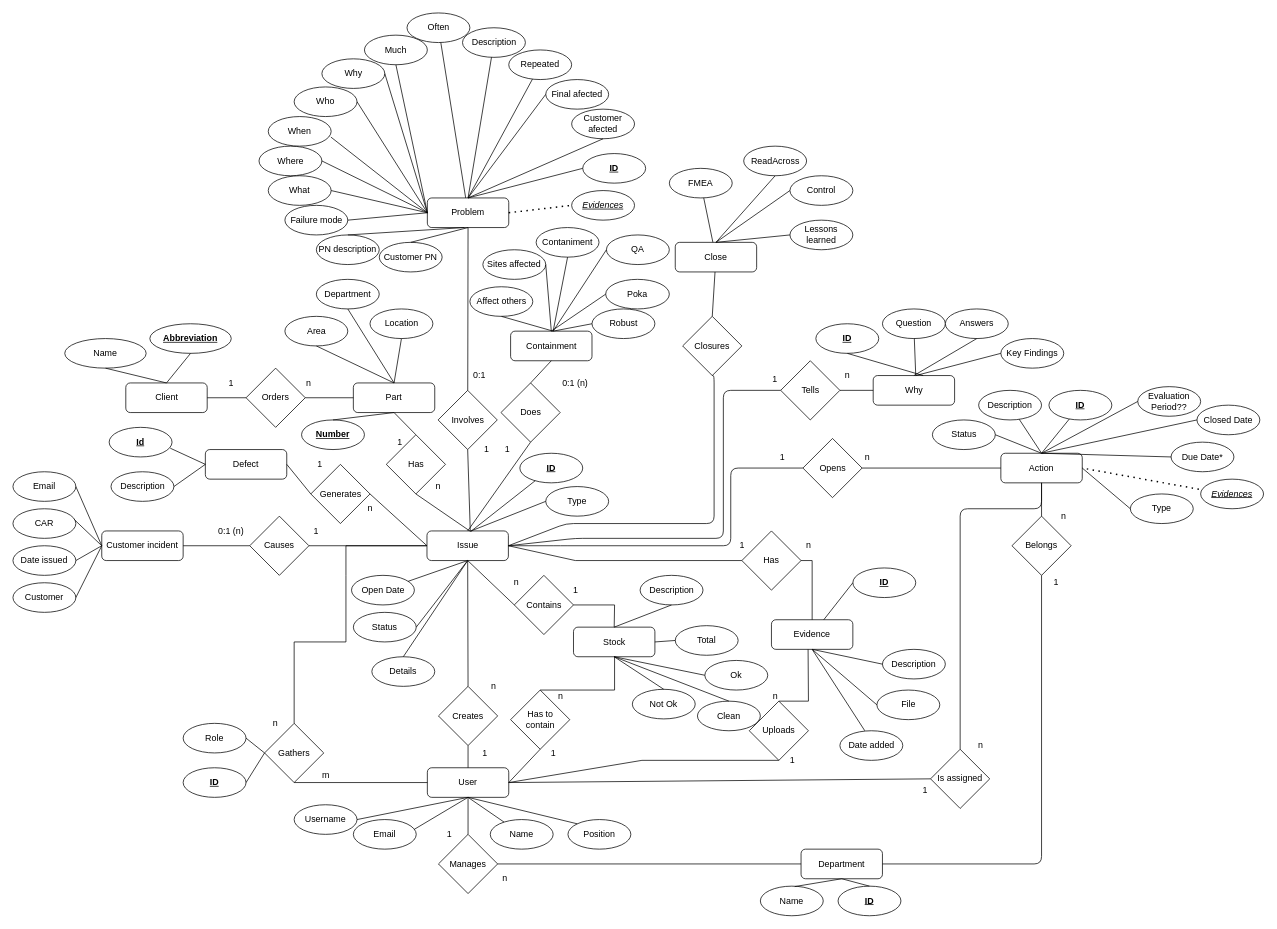
The draw.io diagram api/db/model/EntityRelationshipDiagram.drawio in FFahrenheit/ScrapActionListAPI, before the edit. Source tidied: cells renumbered, new cells numbered last; positions are measured from the earlier drawing's top-left corner, leaving out a move shared by most shapes. Both pictures are drawn from the tidied source at 74%, with x=0, y=0 at pixel (13, 13).
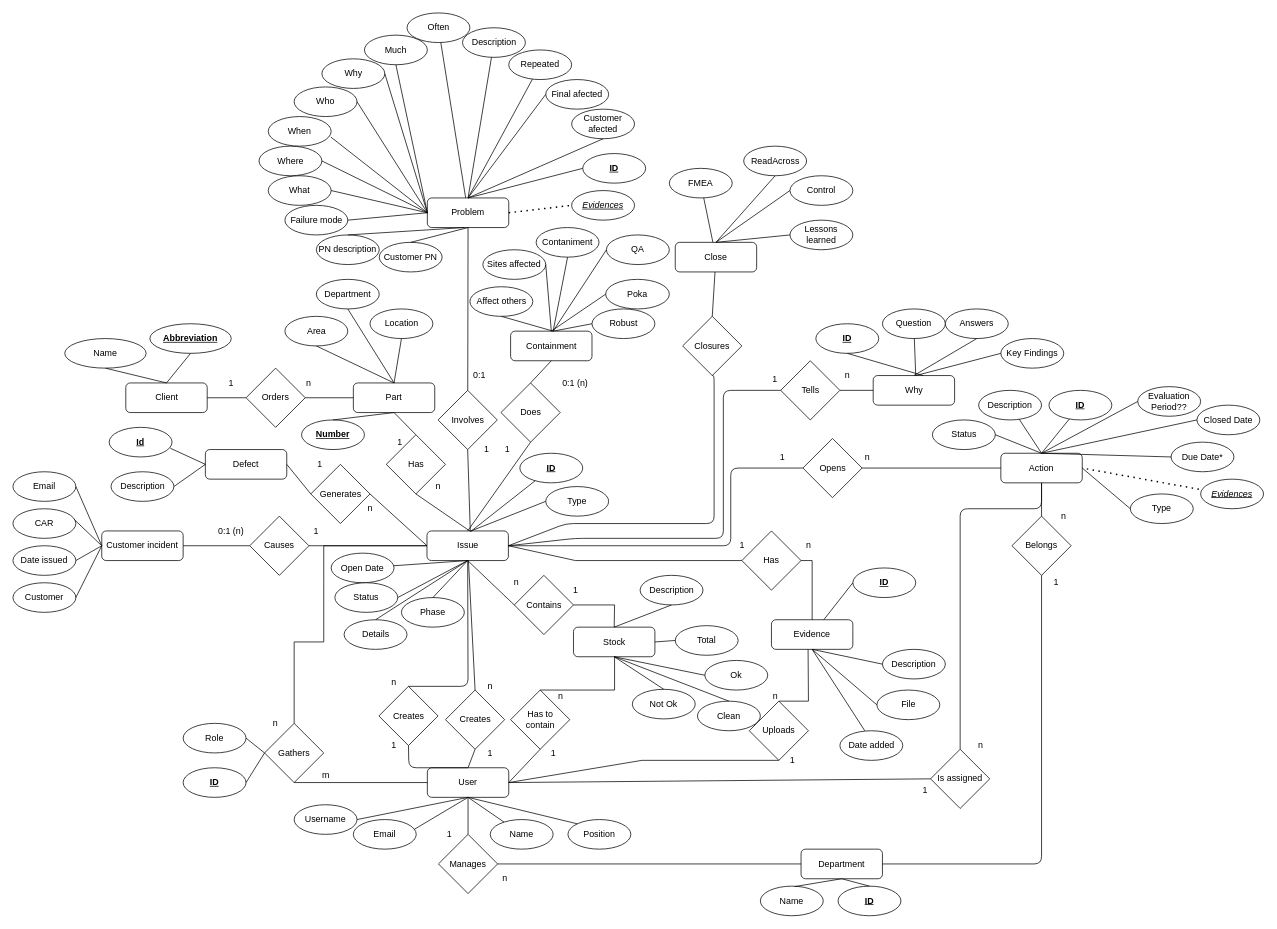
Above is the later version.

Unchanged cells that the change refers to:
```xml
<mxCell id="22" value="Issue" style="rounded=1;whiteSpace=wrap;html=1;" parent="1" vertex="1">
  <mxGeometry x="559.5" y="700" width="110" height="40" as="geometry" />
</mxCell>
<mxCell id="35" value="User" style="rounded=1;whiteSpace=wrap;html=1;" parent="1" vertex="1">
  <mxGeometry x="560" y="1020" width="110" height="40" as="geometry" />
</mxCell>
<mxCell id="99" value="Gathers" style="rhombus;whiteSpace=wrap;html=1;" parent="1" vertex="1">
  <mxGeometry x="340" y="960" width="80" height="80" as="geometry" />
</mxCell>
```

Diff of the diagram source:
```diff
@@
     <mxCell id="36" value="Creates" style="rhombus;whiteSpace=wrap;html=1;" parent="1" vertex="1">
-      <mxGeometry x="575" y="910" width="80" height="80" as="geometry" />
+      <mxGeometry x="494.5" y="910" width="80" height="80" as="geometry" />
     </mxCell>
     <mxCell id="37" style="endArrow=none;html=1;entryX=0.5;entryY=1;entryDx=0;entryDy=0;exitX=0.5;exitY=0;exitDx=0;exitDy=0;" parent="1" edge="1" source="35" target="36">
-      <mxGeometry relative="1" as="geometry" />
+      <mxGeometry relative="1" as="geometry">
+        <Array as="points">
+          <mxPoint x="535" y="1020" />
+        </Array>
+      </mxGeometry>
     </mxCell>
     <mxCell id="38" style="endArrow=none;html=1;entryX=0.5;entryY=1;entryDx=0;entryDy=0;exitX=0.5;exitY=0;exitDx=0;exitDy=0;" parent="1" edge="1" source="36" target="22">
-      <mxGeometry relative="1" as="geometry" />
+      <mxGeometry relative="1" as="geometry">
+        <Array as="points">
+          <mxPoint x="615" y="910" />
+        </Array>
+      </mxGeometry>
     </mxCell>
@@
     <mxCell id="41" value="n" style="text;html=1;strokeColor=none;fillColor=none;align=center;verticalAlign=middle;whiteSpace=wrap;rounded=0;" parent="1" vertex="1">
-      <mxGeometry x="629.5" y="900" width="40" height="20" as="geometry" />
+      <mxGeometry x="495" y="895" width="40" height="20" as="geometry" />
     </mxCell>
     <mxCell id="42" value="1" style="text;html=1;strokeColor=none;fillColor=none;align=center;verticalAlign=middle;whiteSpace=wrap;rounded=0;" parent="1" vertex="1">
-      <mxGeometry x="617.5" y="990" width="40" height="20" as="geometry" />
+      <mxGeometry x="494.5" y="980" width="40" height="20" as="geometry" />
     </mxCell>
@@
     <mxCell id="85" value="Open Date" style="ellipse;whiteSpace=wrap;html=1;" parent="1" vertex="1">
-      <mxGeometry x="457.5" y="760" width="85" height="40" as="geometry" />
+      <mxGeometry x="430" y="730" width="85" height="40" as="geometry" />
     </mxCell>
@@
     <mxCell id="93" value="Details" style="ellipse;whiteSpace=wrap;html=1;" parent="1" vertex="1">
-      <mxGeometry x="485" y="870" width="85" height="40" as="geometry" />
+      <mxGeometry x="447.5" y="820" width="85" height="40" as="geometry" />
     </mxCell>
@@
     <mxCell id="95" value="Status" style="ellipse;whiteSpace=wrap;html=1;" parent="1" vertex="1">
-      <mxGeometry x="460" y="810" width="85" height="40" as="geometry" />
+      <mxGeometry x="435" y="770" width="85" height="40" as="geometry" />
     </mxCell>
@@
     <mxCell id="100" style="endArrow=none;html=1;rounded=0;entryX=0;entryY=0.5;entryDx=0;entryDy=0;exitX=0.5;exitY=0;exitDx=0;exitDy=0;" parent="1" edge="1" source="99" target="22">
       <mxGeometry relative="1" as="geometry">
         <Array as="points">
           <mxPoint x="380" y="850" />
-          <mxPoint x="450" y="850" />
-          <mxPoint x="450" y="760" />
-          <mxPoint x="450" y="720" />
+          <mxPoint x="420" y="850" />
+          <mxPoint x="420" y="770" />
+          <mxPoint x="420" y="720" />
         </Array>
       </mxGeometry>
     </mxCell>
@@
+    <mxCell id="248" value="Phase" style="ellipse;whiteSpace=wrap;html=1;" parent="1" vertex="1">
+      <mxGeometry x="525" y="790" width="85" height="40" as="geometry" />
+    </mxCell>
+    <mxCell id="249" style="endArrow=none;html=1;rounded=0;entryX=0.5;entryY=1;entryDx=0;entryDy=0;exitX=0.5;exitY=0;exitDx=0;exitDy=0;" parent="1" edge="1" source="248" target="22">
+      <mxGeometry relative="1" as="geometry" />
+    </mxCell>
+    <mxCell id="250" value="Creates" style="rhombus;whiteSpace=wrap;html=1;" parent="1" vertex="1">
+      <mxGeometry x="584.5" y="915" width="80" height="80" as="geometry" />
+    </mxCell>
+    <mxCell id="251" value="n" style="text;html=1;strokeColor=none;fillColor=none;align=center;verticalAlign=middle;whiteSpace=wrap;rounded=0;" parent="1" vertex="1">
+      <mxGeometry x="624.5" y="900" width="40" height="20" as="geometry" />
+    </mxCell>
+    <mxCell id="252" value="1" style="text;html=1;strokeColor=none;fillColor=none;align=center;verticalAlign=middle;whiteSpace=wrap;rounded=0;" parent="1" vertex="1">
+      <mxGeometry x="624.5" y="990" width="40" height="20" as="geometry" />
+    </mxCell>
+    <mxCell id="253" style="endArrow=none;html=1;rounded=0;exitX=0.5;exitY=0;exitDx=0;exitDy=0;" parent="1" edge="1" source="250" target="22">
+      <mxGeometry relative="1" as="geometry" />
+    </mxCell>
+    <mxCell id="254" style="endArrow=none;html=1;rounded=0;entryX=0.5;entryY=1;entryDx=0;entryDy=0;exitX=0.5;exitY=0;exitDx=0;exitDy=0;" parent="1" edge="1" source="35" target="250">
+      <mxGeometry relative="1" as="geometry" />
+    </mxCell>
```
